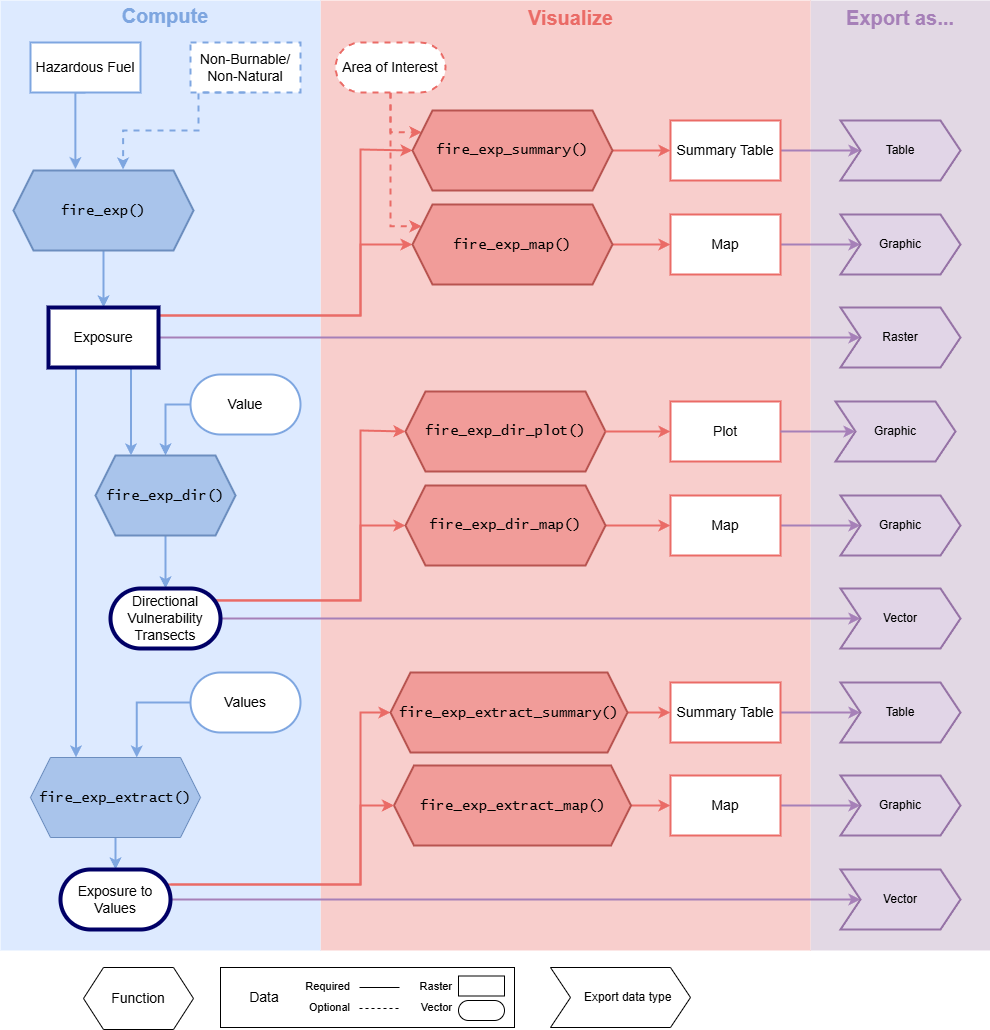
Before: paper/flowchart.png, a diagram exported from draw.io (ropensci/fireexposuR). Source tidied: cells renumbered, new cells last; positions are measured from the earlier drawing's top-left corner, leaving out a move shared by most shapes.
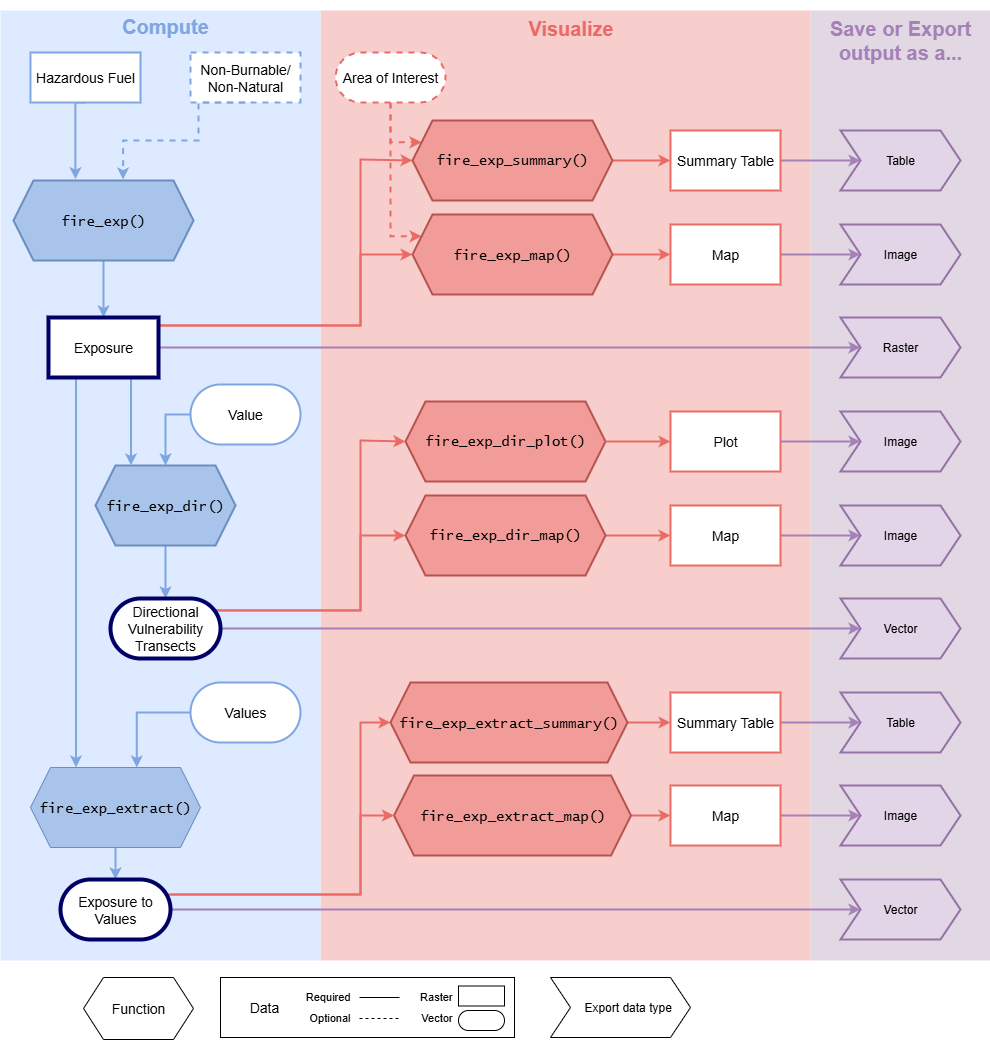
The same file after the commit.

The edit, as a diff of the source:
```diff
@@ -98,8 +98,8 @@
         </Array>
       </mxGeometry>
     </mxCell>
-    <mxCell id="21" value="&lt;font style=&quot;font-size: 20px;&quot;&gt;&lt;b&gt;Export as...&lt;/b&gt;&lt;/font&gt;" style="text;html=1;align=center;verticalAlign=middle;whiteSpace=wrap;rounded=0;fontColor=#A680B8;" parent="1" vertex="1">
-      <mxGeometry x="845" y="2" width="110" height="30" as="geometry" />
+    <mxCell id="21" value="&lt;span style=&quot;font-size: 20px;&quot;&gt;&lt;b&gt;Save or Export output as a...&lt;/b&gt;&lt;/span&gt;" style="text;html=1;align=center;verticalAlign=middle;whiteSpace=wrap;rounded=0;fontColor=#A680B8;" parent="1" vertex="1">
+      <mxGeometry x="825" y="-10" width="150" height="78" as="geometry" />
     </mxCell>
     <mxCell id="22" style="edgeStyle=orthogonalEdgeStyle;rounded=0;jettySize=auto;html=1;exitX=1;exitY=0.5;exitDx=0;exitDy=0;strokeColor=#A680B8;strokeWidth=2;" parent="1" edge="1" source="23" target="67">
       <mxGeometry relative="1" as="geometry" />
@@ -266,7 +266,7 @@
     <mxCell id="67" value="Table" style="shape=step;perimeter=stepPerimeter;whiteSpace=wrap;html=1;fixedSize=1;fillColor=#e1d5e7;strokeColor=#9673a6;strokeWidth=2;rounded=0;" parent="1" vertex="1">
       <mxGeometry x="840" y="120" width="120" height="60" as="geometry" />
     </mxCell>
-    <mxCell id="68" value="Graphic" style="shape=step;perimeter=stepPerimeter;whiteSpace=wrap;html=1;fixedSize=1;fillColor=#e1d5e7;strokeColor=#9673a6;strokeWidth=2;rounded=0;" parent="1" vertex="1">
+    <mxCell id="68" value="Image" style="shape=step;perimeter=stepPerimeter;whiteSpace=wrap;html=1;fixedSize=1;fillColor=#e1d5e7;strokeColor=#9673a6;strokeWidth=2;rounded=0;" parent="1" vertex="1">
       <mxGeometry x="840" y="214" width="120" height="60" as="geometry" />
     </mxCell>
     <mxCell id="69" value="Raster" style="shape=step;perimeter=stepPerimeter;whiteSpace=wrap;html=1;fixedSize=1;fillColor=#e1d5e7;strokeColor=#9673a6;strokeWidth=2;rounded=0;" parent="1" vertex="1">
@@ -278,13 +278,13 @@
     <mxCell id="71" value="Vector" style="shape=step;perimeter=stepPerimeter;whiteSpace=wrap;html=1;fixedSize=1;fillColor=#e1d5e7;strokeColor=#9673a6;strokeWidth=2;rounded=0;" parent="1" vertex="1">
       <mxGeometry x="840" y="588" width="120" height="60" as="geometry" />
     </mxCell>
-    <mxCell id="72" value="Graphic" style="shape=step;perimeter=stepPerimeter;whiteSpace=wrap;html=1;fixedSize=1;fillColor=#e1d5e7;strokeColor=#9673a6;strokeWidth=2;rounded=0;" parent="1" vertex="1">
+    <mxCell id="72" value="Image" style="shape=step;perimeter=stepPerimeter;whiteSpace=wrap;html=1;fixedSize=1;fillColor=#e1d5e7;strokeColor=#9673a6;strokeWidth=2;rounded=0;" parent="1" vertex="1">
       <mxGeometry x="840" y="495" width="120" height="60" as="geometry" />
     </mxCell>
     <mxCell id="73" value="Vector" style="shape=step;perimeter=stepPerimeter;whiteSpace=wrap;html=1;fixedSize=1;fillColor=#e1d5e7;strokeColor=#9673a6;strokeWidth=2;rounded=0;" parent="1" vertex="1">
       <mxGeometry x="840" y="869" width="120" height="60" as="geometry" />
     </mxCell>
-    <mxCell id="74" value="Graphic" style="shape=step;perimeter=stepPerimeter;whiteSpace=wrap;html=1;fixedSize=1;fillColor=#e1d5e7;strokeColor=#9673a6;strokeWidth=2;rounded=0;" parent="1" vertex="1">
+    <mxCell id="74" value="Image" style="shape=step;perimeter=stepPerimeter;whiteSpace=wrap;html=1;fixedSize=1;fillColor=#e1d5e7;strokeColor=#9673a6;strokeWidth=2;rounded=0;" parent="1" vertex="1">
       <mxGeometry x="840" y="775" width="120" height="60" as="geometry" />
     </mxCell>
     <mxCell id="75" value="Export data&amp;nbsp;&lt;span style=&quot;background-color: transparent; color: light-dark(rgb(0, 0, 0), rgb(255, 255, 255));&quot;&gt;type&amp;nbsp; &amp;nbsp; &amp;nbsp;&lt;/span&gt;" style="shape=step;perimeter=stepPerimeter;whiteSpace=wrap;html=1;fixedSize=1;align=right;" parent="1" vertex="1">
@@ -319,8 +319,8 @@
         </Array>
       </mxGeometry>
     </mxCell>
-    <mxCell id="82" value="Graphic" style="shape=step;perimeter=stepPerimeter;whiteSpace=wrap;html=1;fixedSize=1;fillColor=#e1d5e7;strokeColor=#9673a6;strokeWidth=2;rounded=0;" parent="1" vertex="1">
-      <mxGeometry x="835" y="401" width="120" height="60" as="geometry" />
+    <mxCell id="82" value="Image" style="shape=step;perimeter=stepPerimeter;whiteSpace=wrap;html=1;fixedSize=1;fillColor=#e1d5e7;strokeColor=#9673a6;strokeWidth=2;rounded=0;" parent="1" vertex="1">
+      <mxGeometry x="840" y="401" width="120" height="60" as="geometry" />
     </mxCell>
     <mxCell id="83" value="Directional Vulnerability Transects" style="rounded=1;whiteSpace=wrap;html=1;strokeColor=#000066;fontSize=14;strokeWidth=4;arcSize=50;" parent="1" vertex="1">
       <mxGeometry x="110" y="588" width="110" height="60" as="geometry" />
```
